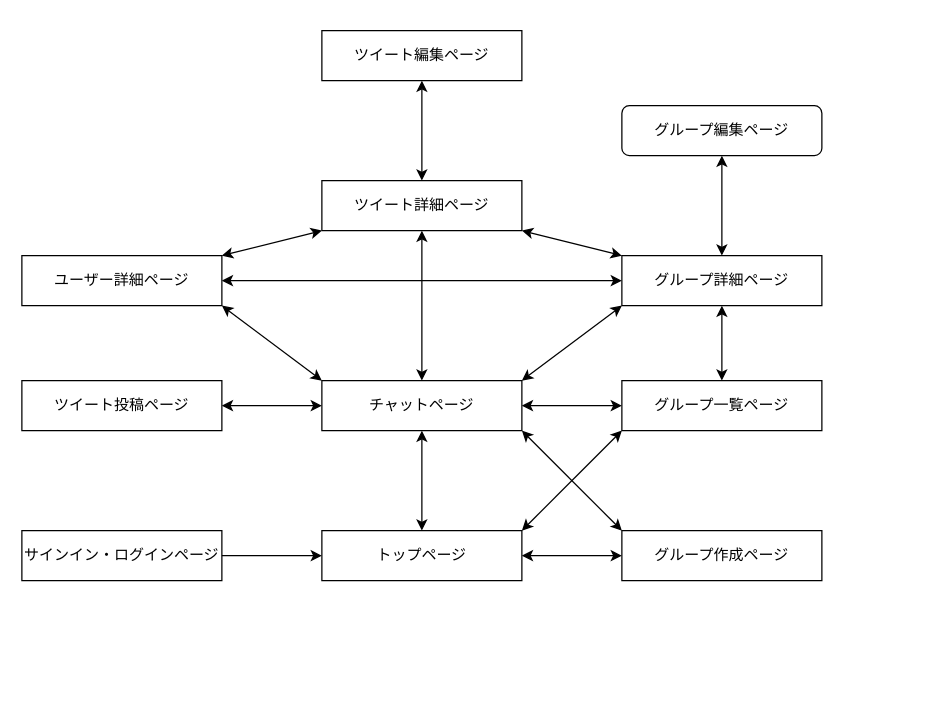
This is transition.dio from elbarca1969/group-talk, a draw.io file, before an edit. Source tidied: cells renumbered, new cells numbered last; positions are measured from the earlier drawing's top-left corner, leaving out a move shared by most shapes. Both pictures are drawn from the tidied source at 125%, with x=0, y=0 at pixel (21, 30).
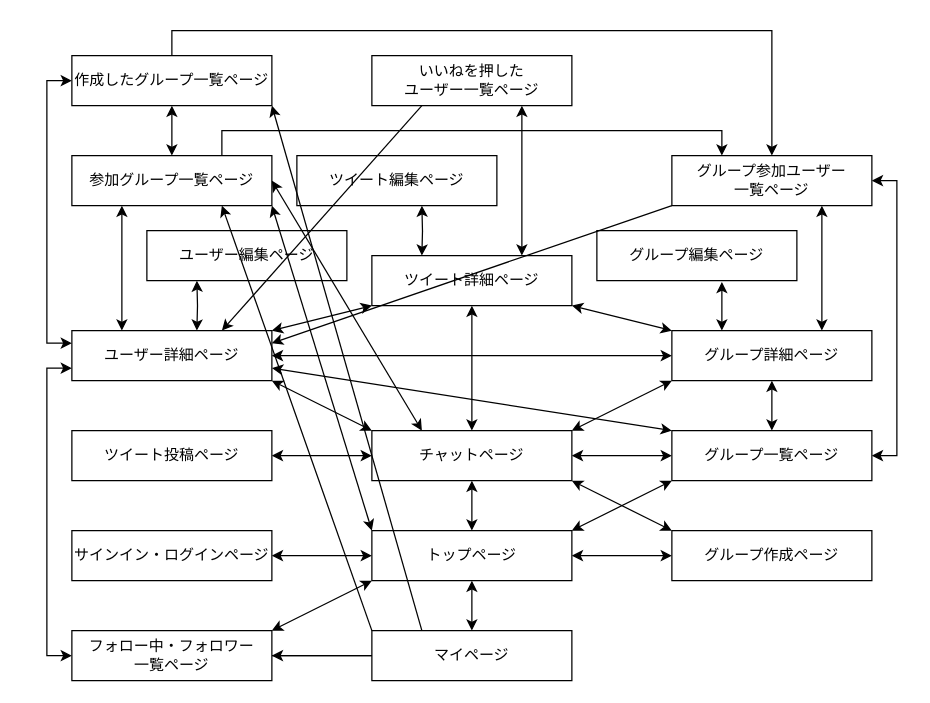
Above is the later version.

Change to the diagram source:
```diff
@@
+    <mxCell id="28" style="edgeStyle=orthogonalEdgeStyle;rounded=0;jettySize=auto;html=1;entryX=0.5;entryY=1;entryDx=0;entryDy=0;startArrow=classic;startFill=1;endArrow=classic;endFill=1;" parent="1" edge="1" source="7" target="6">
+      <mxGeometry relative="1" as="geometry" />
+    </mxCell>
+    <mxCell id="29" style="edgeStyle=orthogonalEdgeStyle;rounded=0;jettySize=auto;html=1;entryX=0;entryY=0.5;entryDx=0;entryDy=0;startArrow=classic;startFill=1;endArrow=classic;endFill=1;" parent="1" edge="1" source="7" target="11">
+      <mxGeometry relative="1" as="geometry" />
+    </mxCell>
+    <mxCell id="7" value="チャットページ" style="whiteSpace=wrap;html=1;align=center;" parent="1" vertex="1">
+      <mxGeometry x="280" y="320" width="160" height="40" as="geometry" />
+    </mxCell>
+    <mxCell id="30" style="edgeStyle=orthogonalEdgeStyle;rounded=0;jettySize=auto;html=1;entryX=0.5;entryY=1;entryDx=0;entryDy=0;startArrow=classic;startFill=1;endArrow=classic;endFill=1;" parent="1" edge="1" source="8" target="7">
+      <mxGeometry relative="1" as="geometry" />
+    </mxCell>
+    <mxCell id="8" value="トップページ" style="whiteSpace=wrap;html=1;align=center;" parent="1" vertex="1">
+      <mxGeometry x="280" y="400" width="160" height="40" as="geometry" />
+    </mxCell>
+    <mxCell id="4" value="サインイン・ログインページ" style="whiteSpace=wrap;html=1;align=center;" parent="1" vertex="1">
+      <mxGeometry x="40" y="400" width="160" height="40" as="geometry" />
+    </mxCell>
+    <mxCell id="31" style="edgeStyle=orthogonalEdgeStyle;rounded=0;jettySize=auto;html=1;entryX=1;entryY=0.5;entryDx=0;entryDy=0;startArrow=classic;startFill=1;endArrow=classic;endFill=1;" parent="1" edge="1" source="12" target="8">
+      <mxGeometry relative="1" as="geometry" />
+    </mxCell>
+    <mxCell id="12" value="グループ作成ページ" style="whiteSpace=wrap;html=1;align=center;" parent="1" vertex="1">
+      <mxGeometry x="520" y="400" width="160" height="40" as="geometry" />
+    </mxCell>
+    <mxCell id="32" style="edgeStyle=orthogonalEdgeStyle;rounded=0;jettySize=auto;html=1;entryX=0.5;entryY=1;entryDx=0;entryDy=0;startArrow=classic;startFill=1;endArrow=classic;endFill=1;" parent="1" edge="1" source="11" target="10">
+      <mxGeometry relative="1" as="geometry" />
+    </mxCell>
+    <mxCell id="11" value="グループ一覧ページ" style="whiteSpace=wrap;html=1;align=center;" parent="1" vertex="1">
+      <mxGeometry x="520" y="320" width="160" height="40" as="geometry" />
+    </mxCell>
+    <mxCell id="10" value="グループ詳細ページ" style="whiteSpace=wrap;html=1;align=center;" parent="1" vertex="1">
+      <mxGeometry x="520" y="240" width="160" height="40" as="geometry" />
+    </mxCell>
+    <mxCell id="9" value="グループ編集ページ" style="whiteSpace=wrap;html=1;align=center;" parent="1" vertex="1">
+      <mxGeometry x="460" y="160" width="160" height="40" as="geometry" />
+    </mxCell>
+    <mxCell id="6" value="ツイート詳細ページ" style="whiteSpace=wrap;html=1;align=center;" parent="1" vertex="1">
+      <mxGeometry x="280" y="180" width="160" height="40" as="geometry" />
+    </mxCell>
+    <mxCell id="5" value="ツイート編集ページ" style="whiteSpace=wrap;html=1;align=center;" parent="1" vertex="1">
+      <mxGeometry x="220" y="100" width="160" height="40" as="geometry" />
+    </mxCell>
+    <mxCell id="33" style="edgeStyle=orthogonalEdgeStyle;rounded=0;jettySize=auto;html=1;entryX=0;entryY=0.5;entryDx=0;entryDy=0;startArrow=classic;startFill=1;endArrow=classic;endFill=1;" parent="1" edge="1" source="2" target="10">
+      <mxGeometry relative="1" as="geometry" />
+    </mxCell>
+    <mxCell id="34" style="edgeStyle=orthogonalEdgeStyle;rounded=0;jettySize=auto;html=1;exitX=0.25;exitY=0;exitDx=0;exitDy=0;entryX=0.25;entryY=1;entryDx=0;entryDy=0;startArrow=classic;startFill=1;" parent="1" edge="1" source="2" target="52">
+      <mxGeometry relative="1" as="geometry" />
+    </mxCell>
+    <mxCell id="35" style="edgeStyle=orthogonalEdgeStyle;rounded=0;jettySize=auto;html=1;exitX=0;exitY=0.75;exitDx=0;exitDy=0;entryX=0;entryY=0.5;entryDx=0;entryDy=0;startArrow=classic;startFill=1;" parent="1" edge="1" source="2" target="49">
+      <mxGeometry relative="1" as="geometry" />
+    </mxCell>
     <mxCell id="2" value="ユーザー詳細ページ" style="whiteSpace=wrap;html=1;align=center;" parent="1" vertex="1">
-      <mxGeometry y="180" width="160" height="40" as="geometry" />
+      <mxGeometry x="40" y="240" width="160" height="40" as="geometry" />
     </mxCell>
+    <mxCell id="36" value="ユーザー編集ページ" style="whiteSpace=wrap;html=1;align=center;" parent="1" vertex="1">
+      <mxGeometry x="100" y="160" width="160" height="40" as="geometry" />
+    </mxCell>
+    <mxCell id="37" style="edgeStyle=orthogonalEdgeStyle;rounded=0;jettySize=auto;html=1;entryX=0;entryY=0.5;entryDx=0;entryDy=0;startArrow=classic;startFill=1;endArrow=classic;endFill=1;" parent="1" edge="1" source="3" target="7">
+      <mxGeometry relative="1" as="geometry" />
+    </mxCell>
     <mxCell id="3" value="ツイート投稿ページ" style="whiteSpace=wrap;html=1;align=center;" parent="1" vertex="1">
-      <mxGeometry y="280" width="160" height="40" as="geometry" />
+      <mxGeometry x="40" y="320" width="160" height="40" as="geometry" />
     </mxCell>
-    <mxCell id="4" value="サインイン・ログインページ" style="whiteSpace=wrap;html=1;align=center;" parent="1" vertex="1">
-      <mxGeometry y="400" width="160" height="40" as="geometry" />
-    </mxCell>
-    <mxCell id="5" value="ツイート編集ページ" style="whiteSpace=wrap;html=1;align=center;" parent="1" vertex="1">
-      <mxGeometry x="240" width="160" height="40" as="geometry" />
-    </mxCell>
-    <mxCell id="6" value="ツイート詳細ページ" style="whiteSpace=wrap;html=1;align=center;" parent="1" vertex="1">
-      <mxGeometry x="240" y="120" width="160" height="40" as="geometry" />
-    </mxCell>
-    <mxCell id="7" value="チャットページ" style="whiteSpace=wrap;html=1;align=center;" parent="1" vertex="1">
-      <mxGeometry x="240" y="280" width="160" height="40" as="geometry" />
-    </mxCell>
-    <mxCell id="8" value="トップページ" style="whiteSpace=wrap;html=1;align=center;" parent="1" vertex="1">
-      <mxGeometry x="240" y="400" width="160" height="40" as="geometry" />
-    </mxCell>
-    <mxCell id="9" value="グループ編集ページ" style="whiteSpace=wrap;html=1;align=center;rounded=1;" parent="1" vertex="1">
-      <mxGeometry x="480" y="60" width="160" height="40" as="geometry" />
-    </mxCell>
-    <mxCell id="10" value="グループ詳細ページ" style="whiteSpace=wrap;html=1;align=center;" parent="1" vertex="1">
-      <mxGeometry x="480" y="180" width="160" height="40" as="geometry" />
-    </mxCell>
-    <mxCell id="11" value="グループ一覧ページ" style="whiteSpace=wrap;html=1;align=center;" parent="1" vertex="1">
-      <mxGeometry x="480" y="280" width="160" height="40" as="geometry" />
-    </mxCell>
-    <mxCell id="12" value="グループ作成ページ" style="whiteSpace=wrap;html=1;align=center;" parent="1" vertex="1">
-      <mxGeometry x="480" y="400" width="160" height="40" as="geometry" />
-    </mxCell>
-    <mxCell id="13" style="endArrow=classic;html=1;rounded=0;startArrow=classic;startFill=1;endFill=1;exitX=1;exitY=0;exitDx=0;exitDy=0;entryX=0;entryY=1;entryDx=0;entryDy=0;" parent="1" edge="1">
-      <mxGeometry relative="1" as="geometry">
-        <mxPoint x="160" y="180" as="sourcePoint" />
-        <mxPoint x="240" y="160" as="targetPoint" />
-      </mxGeometry>
-    </mxCell>
-    <mxCell id="14" style="edgeStyle=orthogonalEdgeStyle;rounded=0;orthogonalLoop=1;jettySize=auto;html=1;entryX=0;entryY=0.5;entryDx=0;entryDy=0;startArrow=classic;startFill=1;endArrow=classic;endFill=1;" parent="1" edge="1">
-      <mxGeometry relative="1" as="geometry">
-        <mxPoint x="160" y="200" as="sourcePoint" />
-        <mxPoint x="480" y="200" as="targetPoint" />
-      </mxGeometry>
-    </mxCell>
-    <mxCell id="15" style="endArrow=classic;html=1;rounded=0;startArrow=classic;startFill=1;endFill=1;exitX=1;exitY=1;exitDx=0;exitDy=0;entryX=0;entryY=0;entryDx=0;entryDy=0;" parent="1" edge="1">
-      <mxGeometry relative="1" as="geometry">
-        <mxPoint x="160" y="220" as="sourcePoint" />
-        <mxPoint x="240" y="280" as="targetPoint" />
-      </mxGeometry>
-    </mxCell>
-    <mxCell id="16" style="edgeStyle=orthogonalEdgeStyle;rounded=0;orthogonalLoop=1;jettySize=auto;html=1;entryX=0;entryY=0.5;entryDx=0;entryDy=0;startArrow=classic;startFill=1;endArrow=classic;endFill=1;" parent="1" edge="1">
-      <mxGeometry relative="1" as="geometry">
-        <mxPoint x="160" y="300" as="sourcePoint" />
-        <mxPoint x="240" y="300" as="targetPoint" />
-      </mxGeometry>
-    </mxCell>
-    <mxCell id="17" style="edgeStyle=orthogonalEdgeStyle;rounded=0;orthogonalLoop=1;jettySize=auto;html=1;exitX=1;exitY=0.5;exitDx=0;exitDy=0;entryX=0;entryY=0.5;entryDx=0;entryDy=0;" parent="1" edge="1">
-      <mxGeometry relative="1" as="geometry">
-        <mxPoint x="160" y="420" as="sourcePoint" />
-        <mxPoint x="240" y="420" as="targetPoint" />
-      </mxGeometry>
-    </mxCell>
-    <mxCell id="18" style="edgeStyle=orthogonalEdgeStyle;rounded=0;orthogonalLoop=1;jettySize=auto;html=1;entryX=0.5;entryY=1;entryDx=0;entryDy=0;startArrow=classic;startFill=1;endArrow=classic;endFill=1;" parent="1" edge="1">
-      <mxGeometry relative="1" as="geometry">
-        <mxPoint x="320" y="120" as="sourcePoint" />
-        <mxPoint x="320" y="40" as="targetPoint" />
-      </mxGeometry>
-    </mxCell>
-    <mxCell id="19" style="edgeStyle=orthogonalEdgeStyle;rounded=0;orthogonalLoop=1;jettySize=auto;html=1;entryX=0.5;entryY=1;entryDx=0;entryDy=0;startArrow=classic;startFill=1;endArrow=classic;endFill=1;" parent="1" edge="1">
-      <mxGeometry relative="1" as="geometry">
-        <mxPoint x="320" y="280" as="sourcePoint" />
-        <mxPoint x="320" y="160" as="targetPoint" />
-      </mxGeometry>
-    </mxCell>
-    <mxCell id="20" style="edgeStyle=orthogonalEdgeStyle;rounded=0;orthogonalLoop=1;jettySize=auto;html=1;entryX=0.5;entryY=1;entryDx=0;entryDy=0;startArrow=classic;startFill=1;endArrow=classic;endFill=1;" parent="1" edge="1">
-      <mxGeometry relative="1" as="geometry">
-        <mxPoint x="320" y="400" as="sourcePoint" />
-        <mxPoint x="320" y="320" as="targetPoint" />
-      </mxGeometry>
-    </mxCell>
-    <mxCell id="21" style="endArrow=classic;html=1;rounded=0;startArrow=classic;startFill=1;endFill=1;exitX=1;exitY=1;exitDx=0;exitDy=0;entryX=0;entryY=0;entryDx=0;entryDy=0;" parent="1" edge="1">
-      <mxGeometry relative="1" as="geometry">
-        <mxPoint x="400" y="160" as="sourcePoint" />
-        <mxPoint x="480" y="180" as="targetPoint" />
-      </mxGeometry>
-    </mxCell>
-    <mxCell id="22" style="endArrow=classic;html=1;rounded=0;startArrow=classic;startFill=1;endFill=1;exitX=1;exitY=0;exitDx=0;exitDy=0;entryX=0;entryY=1;entryDx=0;entryDy=0;" parent="1" edge="1">
-      <mxGeometry relative="1" as="geometry">
-        <mxPoint x="400" y="280" as="sourcePoint" />
-        <mxPoint x="480" y="220" as="targetPoint" />
-      </mxGeometry>
-    </mxCell>
-    <mxCell id="23" style="edgeStyle=orthogonalEdgeStyle;rounded=0;orthogonalLoop=1;jettySize=auto;html=1;entryX=0;entryY=0.5;entryDx=0;entryDy=0;startArrow=classic;startFill=1;endArrow=classic;endFill=1;" parent="1" edge="1">
-      <mxGeometry relative="1" as="geometry">
-        <mxPoint x="400" y="300" as="sourcePoint" />
-        <mxPoint x="480" y="300" as="targetPoint" />
-      </mxGeometry>
-    </mxCell>
-    <mxCell id="24" style="endArrow=classic;html=1;rounded=0;startArrow=classic;startFill=1;endFill=1;exitX=1;exitY=0;exitDx=0;exitDy=0;entryX=0;entryY=1;entryDx=0;entryDy=0;" parent="1" edge="1">
-      <mxGeometry relative="1" as="geometry">
-        <mxPoint x="400" y="400" as="sourcePoint" />
-        <mxPoint x="480" y="320" as="targetPoint" />
-      </mxGeometry>
-    </mxCell>
-    <mxCell id="25" style="endArrow=classic;html=1;rounded=0;startArrow=classic;startFill=1;endFill=1;exitX=1;exitY=1;exitDx=0;exitDy=0;entryX=0;entryY=0;entryDx=0;entryDy=0;" parent="1" edge="1">
-      <mxGeometry relative="1" as="geometry">
-        <mxPoint x="400" y="320" as="sourcePoint" />
-        <mxPoint x="480" y="400" as="targetPoint" />
-      </mxGeometry>
-    </mxCell>
-    <mxCell id="26" style="edgeStyle=orthogonalEdgeStyle;rounded=0;orthogonalLoop=1;jettySize=auto;html=1;entryX=0.5;entryY=1;entryDx=0;entryDy=0;startArrow=classic;startFill=1;endArrow=classic;endFill=1;" parent="1" edge="1">
-      <mxGeometry relative="1" as="geometry">
-        <mxPoint x="560" y="180" as="sourcePoint" />
-        <mxPoint x="560" y="100" as="targetPoint" />
-      </mxGeometry>
-    </mxCell>
-    <mxCell id="27" style="edgeStyle=orthogonalEdgeStyle;rounded=0;orthogonalLoop=1;jettySize=auto;html=1;entryX=0.5;entryY=1;entryDx=0;entryDy=0;startArrow=classic;startFill=1;endArrow=classic;endFill=1;" parent="1" edge="1">
-      <mxGeometry relative="1" as="geometry">
-        <mxPoint x="560" y="280" as="sourcePoint" />
-        <mxPoint x="560" y="220" as="targetPoint" />
-      </mxGeometry>
-    </mxCell>
-    <mxCell id="28" style="edgeStyle=orthogonalEdgeStyle;rounded=0;orthogonalLoop=1;jettySize=auto;html=1;entryX=1;entryY=0.5;entryDx=0;entryDy=0;startArrow=classic;startFill=1;endArrow=classic;endFill=1;" parent="1" edge="1">
-      <mxGeometry relative="1" as="geometry">
-        <mxPoint x="480" y="420" as="sourcePoint" />
-        <mxPoint x="400" y="420" as="targetPoint" />
-      </mxGeometry>
-    </mxCell>
+    <mxCell id="38" style="endArrow=classic;html=1;rounded=0;startArrow=classic;startFill=1;endFill=1;exitX=1;exitY=0;exitDx=0;exitDy=0;entryX=0;entryY=1;entryDx=0;entryDy=0;" parent="1" edge="1" source="8" target="11">
+      <mxGeometry relative="1" as="geometry" />
+    </mxCell>
+    <mxCell id="39" style="endArrow=classic;html=1;rounded=0;startArrow=classic;startFill=1;endFill=1;exitX=1;exitY=1;exitDx=0;exitDy=0;entryX=0;entryY=0;entryDx=0;entryDy=0;" parent="1" edge="1" source="7" target="12">
+      <mxGeometry relative="1" as="geometry" />
+    </mxCell>
+    <mxCell id="40" style="endArrow=classic;html=1;rounded=0;startArrow=classic;startFill=1;endFill=1;exitX=1;exitY=1;exitDx=0;exitDy=0;entryX=0;entryY=0;entryDx=0;entryDy=0;" parent="1" edge="1" source="6" target="10">
+      <mxGeometry relative="1" as="geometry" />
+    </mxCell>
+    <mxCell id="41" style="endArrow=classic;html=1;rounded=0;startArrow=classic;startFill=1;endFill=1;exitX=1;exitY=0;exitDx=0;exitDy=0;entryX=0;entryY=1;entryDx=0;entryDy=0;" parent="1" edge="1" source="2" target="6">
+      <mxGeometry relative="1" as="geometry" />
+    </mxCell>
+    <mxCell id="42" style="endArrow=classic;html=1;rounded=0;startArrow=classic;startFill=1;endFill=1;exitX=1;exitY=0;exitDx=0;exitDy=0;entryX=0;entryY=1;entryDx=0;entryDy=0;" parent="1" edge="1" source="7" target="10">
+      <mxGeometry relative="1" as="geometry" />
+    </mxCell>
+    <mxCell id="43" style="endArrow=classic;html=1;rounded=0;startArrow=classic;startFill=1;endFill=1;exitX=1;exitY=1;exitDx=0;exitDy=0;entryX=0;entryY=0;entryDx=0;entryDy=0;" parent="1" edge="1" source="2" target="7">
+      <mxGeometry relative="1" as="geometry" />
+    </mxCell>
+    <mxCell id="44" style="edgeStyle=orthogonalEdgeStyle;rounded=0;jettySize=auto;html=1;entryX=0;entryY=0.5;entryDx=0;entryDy=0;startArrow=classic;startFill=1;endArrow=classic;endFill=1;exitX=1;exitY=0.5;exitDx=0;exitDy=0;" parent="1" edge="1" source="4" target="8">
+      <mxGeometry relative="1" as="geometry" />
+    </mxCell>
+    <mxCell id="45" style="edgeStyle=orthogonalEdgeStyle;rounded=0;jettySize=auto;html=1;startArrow=classic;startFill=1;" parent="1" edge="1" source="47" target="8">
+      <mxGeometry relative="1" as="geometry" />
+    </mxCell>
+    <mxCell id="46" style="edgeStyle=orthogonalEdgeStyle;rounded=0;jettySize=auto;html=1;startArrow=none;startFill=0;endArrow=none;endFill=0;" parent="1" edge="1" source="47" target="49">
+      <mxGeometry relative="1" as="geometry" />
+    </mxCell>
+    <mxCell id="47" value="マイページ" style="whiteSpace=wrap;html=1;align=center;" parent="1" vertex="1">
+      <mxGeometry x="280" y="480" width="160" height="40" as="geometry" />
+    </mxCell>
+    <mxCell id="48" style="edgeStyle=orthogonalEdgeStyle;rounded=0;jettySize=auto;html=1;exitX=1;exitY=0.5;exitDx=0;exitDy=0;entryX=0;entryY=0.5;entryDx=0;entryDy=0;startArrow=classic;startFill=1;endArrow=none;endFill=0;" parent="1" edge="1" source="49" target="47">
+      <mxGeometry relative="1" as="geometry" />
+    </mxCell>
+    <mxCell id="49" value="フォロー中・フォロワー&lt;br&gt;一覧ページ" style="whiteSpace=wrap;html=1;align=center;" parent="1" vertex="1">
+      <mxGeometry x="40" y="480" width="160" height="40" as="geometry" />
+    </mxCell>
+    <mxCell id="50" style="endArrow=classic;html=1;rounded=0;startArrow=classic;startFill=1;endFill=1;exitX=0;exitY=1;exitDx=0;exitDy=0;entryX=1;entryY=0;entryDx=0;entryDy=0;" parent="1" edge="1" source="8" target="49">
+      <mxGeometry relative="1" as="geometry" />
+    </mxCell>
+    <mxCell id="51" style="edgeStyle=orthogonalEdgeStyle;rounded=0;jettySize=auto;html=1;exitX=0.75;exitY=0;exitDx=0;exitDy=0;entryX=0.25;entryY=0;entryDx=0;entryDy=0;startArrow=none;startFill=0;endArrow=classic;endFill=1;" parent="1" edge="1" source="52" target="59">
+      <mxGeometry relative="1" as="geometry" />
+    </mxCell>
+    <mxCell id="52" value="参加グループ一覧ページ" style="whiteSpace=wrap;html=1;align=center;" parent="1" vertex="1">
+      <mxGeometry x="40" y="100" width="160" height="40" as="geometry" />
+    </mxCell>
+    <mxCell id="53" style="edgeStyle=orthogonalEdgeStyle;rounded=0;jettySize=auto;html=1;exitX=0.5;exitY=1;exitDx=0;exitDy=0;entryX=0.5;entryY=0;entryDx=0;entryDy=0;startArrow=classic;startFill=1;" parent="1" edge="1" source="56" target="52">
+      <mxGeometry relative="1" as="geometry" />
+    </mxCell>
+    <mxCell id="54" style="edgeStyle=orthogonalEdgeStyle;rounded=0;jettySize=auto;html=1;exitX=0;exitY=0.5;exitDx=0;exitDy=0;entryX=0;entryY=0.25;entryDx=0;entryDy=0;startArrow=classic;startFill=1;" parent="1" edge="1" source="56" target="2">
+      <mxGeometry relative="1" as="geometry" />
+    </mxCell>
+    <mxCell id="55" style="edgeStyle=orthogonalEdgeStyle;rounded=0;jettySize=auto;html=1;exitX=0.5;exitY=0;exitDx=0;exitDy=0;startArrow=none;startFill=0;endArrow=classic;endFill=1;entryX=0.5;entryY=0;entryDx=0;entryDy=0;" parent="1" edge="1" source="56" target="59">
+      <mxGeometry relative="1" as="geometry" />
+    </mxCell>
+    <mxCell id="56" value="作成したグループ一覧ページ" style="whiteSpace=wrap;html=1;align=center;" parent="1" vertex="1">
+      <mxGeometry x="40" y="20" width="160" height="40" as="geometry" />
+    </mxCell>
+    <mxCell id="57" style="edgeStyle=orthogonalEdgeStyle;rounded=0;jettySize=auto;html=1;exitX=0.75;exitY=1;exitDx=0;exitDy=0;entryX=0.75;entryY=0;entryDx=0;entryDy=0;startArrow=classic;startFill=1;" parent="1" edge="1" source="59" target="10">
+      <mxGeometry relative="1" as="geometry" />
+    </mxCell>
+    <mxCell id="58" style="edgeStyle=orthogonalEdgeStyle;rounded=0;jettySize=auto;html=1;exitX=1;exitY=0.5;exitDx=0;exitDy=0;entryX=1;entryY=0.5;entryDx=0;entryDy=0;startArrow=classic;startFill=1;" parent="1" edge="1" source="59" target="11">
+      <mxGeometry relative="1" as="geometry" />
+    </mxCell>
+    <mxCell id="59" value="グループ参加ユーザー&lt;br&gt;一覧ページ" style="whiteSpace=wrap;html=1;align=center;" parent="1" vertex="1">
+      <mxGeometry x="520" y="100" width="160" height="40" as="geometry" />
+    </mxCell>
+    <mxCell id="60" style="edgeStyle=orthogonalEdgeStyle;rounded=0;jettySize=auto;html=1;exitX=0.75;exitY=1;exitDx=0;exitDy=0;entryX=0.75;entryY=0;entryDx=0;entryDy=0;startArrow=classic;startFill=1;" parent="1" edge="1" source="61" target="6">
+      <mxGeometry relative="1" as="geometry" />
+    </mxCell>
+    <mxCell id="61" value="いいねを押した&lt;br&gt;ユーザー一覧ページ" style="whiteSpace=wrap;html=1;align=center;" parent="1" vertex="1">
+      <mxGeometry x="280" y="20" width="160" height="40" as="geometry" />
+    </mxCell>
+    <mxCell id="62" style="endArrow=classic;html=1;rounded=0;startArrow=classic;startFill=1;endFill=1;exitX=1;exitY=0.75;exitDx=0;exitDy=0;entryX=0;entryY=0;entryDx=0;entryDy=0;" parent="1" edge="1" source="2" target="11">
+      <mxGeometry relative="1" as="geometry" />
+    </mxCell>
+    <mxCell id="63" style="endArrow=none;html=1;rounded=0;startArrow=classic;startFill=1;endFill=0;exitX=1;exitY=0.25;exitDx=0;exitDy=0;entryX=0;entryY=1;entryDx=0;entryDy=0;" parent="1" edge="1" source="2" target="59">
+      <mxGeometry relative="1" as="geometry" />
+    </mxCell>
+    <mxCell id="64" style="endArrow=none;html=1;rounded=0;startArrow=classic;startFill=1;endFill=0;exitX=0.75;exitY=0;exitDx=0;exitDy=0;entryX=0.25;entryY=1;entryDx=0;entryDy=0;" parent="1" edge="1" source="2" target="61">
+      <mxGeometry relative="1" as="geometry" />
+    </mxCell>
+    <mxCell id="65" style="endArrow=none;html=1;rounded=0;startArrow=classic;startFill=1;endFill=0;exitX=1;exitY=1;exitDx=0;exitDy=0;entryX=0.25;entryY=0;entryDx=0;entryDy=0;" parent="1" edge="1" source="56" target="47">
+      <mxGeometry relative="1" as="geometry" />
+    </mxCell>
+    <mxCell id="66" style="edgeStyle=orthogonalEdgeStyle;rounded=0;jettySize=auto;html=1;entryX=0.25;entryY=1;entryDx=0;entryDy=0;startArrow=classic;startFill=1;endArrow=classic;endFill=1;" parent="1" edge="1" target="36">
+      <mxGeometry relative="1" as="geometry">
+        <mxPoint x="140" y="240" as="sourcePoint" />
+      </mxGeometry>
+    </mxCell>
+    <mxCell id="67" style="edgeStyle=orthogonalEdgeStyle;rounded=0;jettySize=auto;html=1;entryX=0.625;entryY=1.025;entryDx=0;entryDy=0;startArrow=classic;startFill=1;endArrow=classic;endFill=1;exitX=0.25;exitY=0;exitDx=0;exitDy=0;entryPerimeter=0;" parent="1" edge="1" source="10" target="9">
+      <mxGeometry relative="1" as="geometry" />
+    </mxCell>
+    <mxCell id="68" style="edgeStyle=orthogonalEdgeStyle;rounded=0;orthogonalLoop=1;jettySize=auto;html=1;startArrow=classic;startFill=1;endArrow=classic;endFill=1;" parent="1" edge="1">
+      <mxGeometry relative="1" as="geometry">
+        <mxPoint x="320" y="180" as="sourcePoint" />
+        <mxPoint x="320" y="140" as="targetPoint" />
+      </mxGeometry>
+    </mxCell>
+    <mxCell id="69" style="endArrow=none;html=1;rounded=0;startArrow=classic;startFill=1;endFill=0;exitX=0.75;exitY=1;exitDx=0;exitDy=0;entryX=0;entryY=0;entryDx=0;entryDy=0;" parent="1" edge="1" source="52" target="47">
+      <mxGeometry relative="1" as="geometry" />
+    </mxCell>
+    <mxCell id="70" style="endArrow=classic;html=1;rounded=0;startArrow=classic;startFill=1;endFill=1;exitX=1;exitY=1;exitDx=0;exitDy=0;entryX=0;entryY=0;entryDx=0;entryDy=0;" parent="1" edge="1" source="52" target="8">
+      <mxGeometry relative="1" as="geometry" />
+    </mxCell>
+    <mxCell id="71" style="endArrow=classic;html=1;rounded=0;startArrow=classic;startFill=1;endFill=1;exitX=1;exitY=0.5;exitDx=0;exitDy=0;entryX=0.25;entryY=0;entryDx=0;entryDy=0;" parent="1" edge="1" source="52" target="7">
+      <mxGeometry relative="1" as="geometry" />
+    </mxCell>
```
